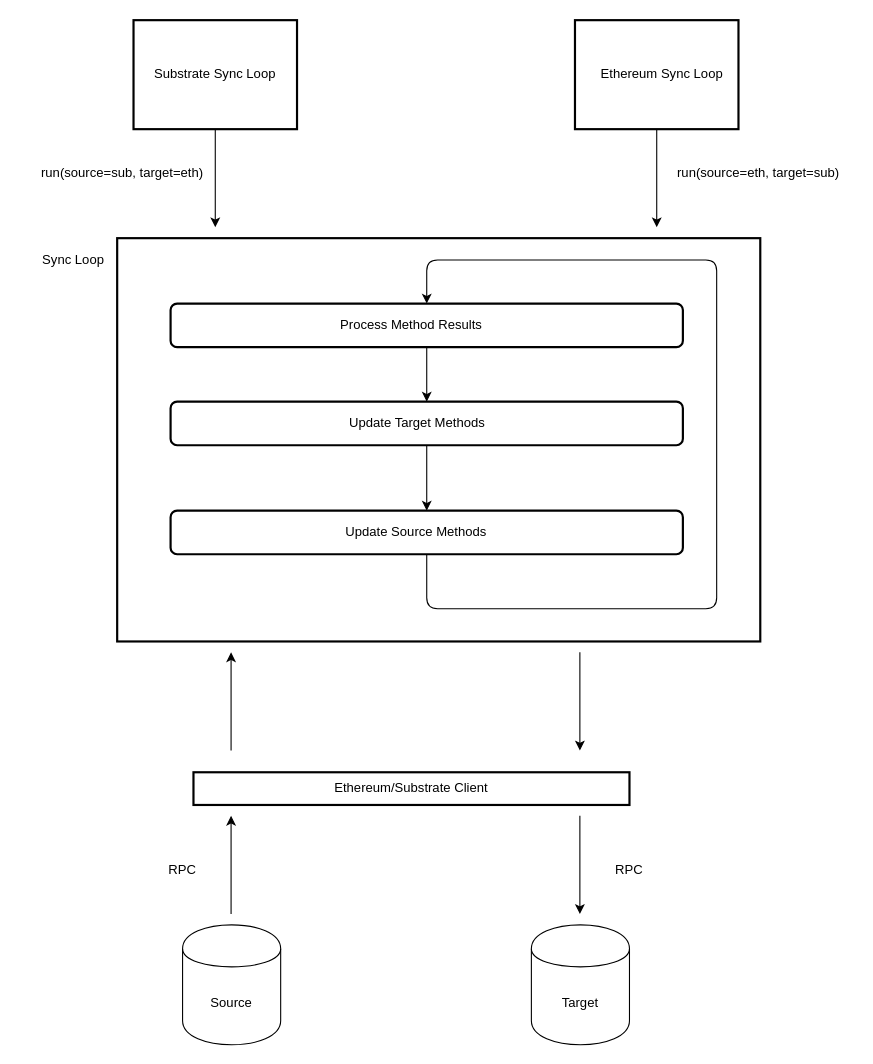
The draw.io diagram page "bridge-relay" (2 of 6) of diagrams/bridge-architecture-diagrams.drawio in paritytech/parity-bridges-common, before the edit. Source tidied: cells renumbered, new cells numbered last; positions are measured from the earlier drawing's top-left corner, leaving out a move shared by most shapes. Both pictures are drawn from the tidied source at 109%, with x=0, y=0 at pixel (19, 20).
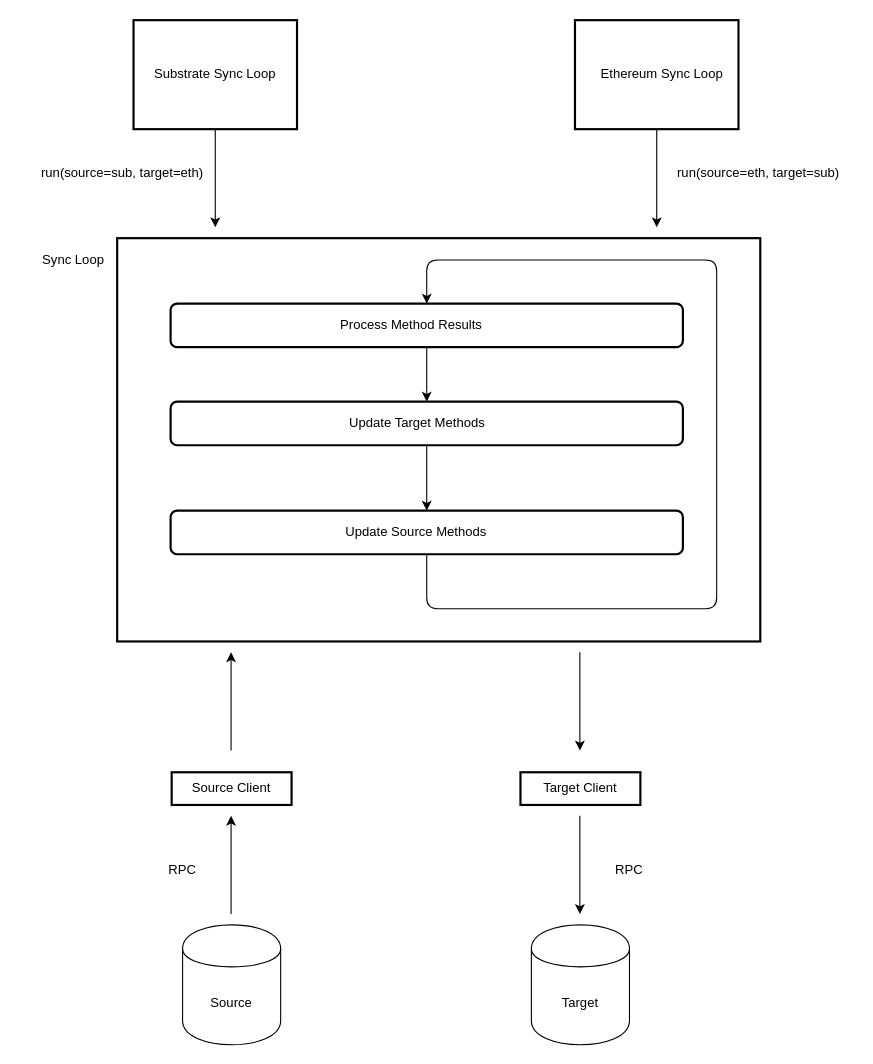
The same diagram, later.

The edit, as a diff of the source:
```diff
@@
-    <mxCell id="2" style="rounded=0;whiteSpace=wrap;html=1;fillColor=none;strokeWidth=2;" parent="1" vertex="1">
+    <mxCell id="2" style="rounded=0;whiteSpace=wrap;html=1;strokeWidth=2;" parent="1" vertex="1">
       <mxGeometry x="90" y="200" width="590" height="370" as="geometry" />
     </mxCell>
@@
-    <mxCell id="11" style="rounded=0;whiteSpace=wrap;html=1;strokeWidth=2;fillColor=#ffffff;" parent="1" vertex="1">
-      <mxGeometry x="160" y="690" width="400" height="30" as="geometry" />
+    <mxCell id="11" value="Source Client" style="rounded=0;whiteSpace=wrap;html=1;strokeWidth=2;fillColor=#ffffff;" parent="1" vertex="1">
+      <mxGeometry x="140" y="690" width="110" height="30" as="geometry" />
     </mxCell>
@@
-    <mxCell id="14" value="Ethereum/Substrate Client" style="text;html=1;strokeColor=none;fillColor=none;align=center;verticalAlign=middle;whiteSpace=wrap;rounded=0;" parent="1" vertex="1">
-      <mxGeometry x="270" y="695" width="180" height="20" as="geometry" />
-    </mxCell>
@@
+    <mxCell id="31" value="Target Client" style="rounded=0;whiteSpace=wrap;html=1;strokeWidth=2;fillColor=#ffffff;" parent="1" vertex="1">
+      <mxGeometry x="460" y="690" width="110" height="30" as="geometry" />
+    </mxCell>
```
